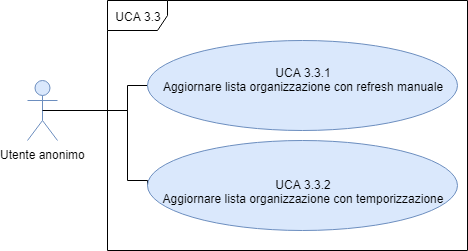
This is DocumentazioneEsterna/AnalisiRequisiti/sezioni/UseCase/Immagini/UCA3.3.png from qb-team/Stalker-Documentazione, a draw.io export, as it was before one commit. Source tidied: cells renumbered, new cells last; positions are measured from the earlier drawing's top-left corner, leaving out a move shared by most shapes.
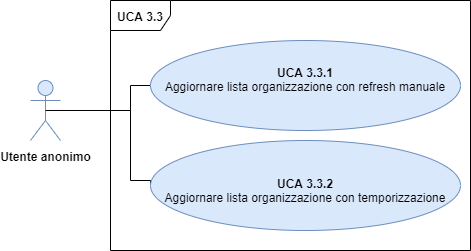
Later version of the same file.

Diff of the diagram source:
```diff
@@ -2,10 +2,10 @@
   <root>
     <mxCell id="0" />
     <mxCell id="1" parent="0" />
-    <mxCell id="2" value="UCA 3.3" style="shape=umlFrame;whiteSpace=wrap;html=1;fontSize=12;fontFamily=Helvetica;" parent="1" vertex="1">
+    <mxCell id="2" value="&lt;b&gt;UCA 3.3&lt;/b&gt;" style="shape=umlFrame;whiteSpace=wrap;html=1;fontSize=12;fontFamily=Helvetica;" parent="1" vertex="1">
       <mxGeometry x="80" width="360" height="250" as="geometry" />
     </mxCell>
-    <mxCell id="3" value="Utente anonimo" style="shape=umlActor;verticalLabelPosition=bottom;labelBackgroundColor=#ffffff;verticalAlign=top;html=1;outlineConnect=0;fillColor=#dae8fc;strokeColor=#6c8ebf;fontSize=12;fontFamily=Helvetica;" parent="1" vertex="1">
+    <mxCell id="3" value="&lt;b&gt;Utente anonimo&lt;/b&gt;" style="shape=umlActor;verticalLabelPosition=bottom;labelBackgroundColor=#ffffff;verticalAlign=top;html=1;outlineConnect=0;fillColor=#dae8fc;strokeColor=#6c8ebf;fontSize=12;fontFamily=Helvetica;" parent="1" vertex="1">
       <mxGeometry y="80" width="30" height="60" as="geometry" />
     </mxCell>
     <mxCell id="4" style="edgeStyle=orthogonalEdgeStyle;rounded=0;jettySize=auto;html=1;exitX=0;exitY=0.5;exitDx=0;exitDy=0;entryX=0.5;entryY=0.5;entryDx=0;entryDy=0;entryPerimeter=0;endArrow=none;endFill=0;fontSize=12;fontFamily=Helvetica;" parent="1" edge="1" source="5" target="3">
@@ -16,7 +16,7 @@
         </Array>
       </mxGeometry>
     </mxCell>
-    <mxCell id="5" value="&lt;div style=&quot;font-size: 12px&quot;&gt;&lt;font style=&quot;font-size: 12px&quot;&gt;&lt;span style=&quot;font-size: 12px&quot;&gt;UCA 3.3.1&lt;/span&gt;&lt;/font&gt;&lt;/div&gt;&lt;div style=&quot;font-size: 12px&quot;&gt;&lt;font style=&quot;font-size: 12px&quot;&gt;&lt;span style=&quot;font-size: 12px&quot;&gt;Aggiornare lista organizzazione &lt;/span&gt;&lt;span style=&quot;font-size: 12px&quot;&gt;con refresh manuale&lt;/span&gt;&lt;/font&gt;&lt;/div&gt;&lt;p class=&quot;MsoNormal&quot; style=&quot;font-size: 12px&quot;&gt;&lt;/p&gt;&lt;p class=&quot;MsoListParagraph&quot; style=&quot;text-indent: -18pt ; font-size: 12px&quot;&gt;&lt;/p&gt;" style="ellipse;whiteSpace=wrap;html=1;fillColor=#dae8fc;strokeColor=#6c8ebf;fontSize=12;fontFamily=Helvetica;" parent="1" vertex="1">
+    <mxCell id="5" value="&lt;div style=&quot;font-size: 12px&quot;&gt;&lt;font style=&quot;font-size: 12px&quot;&gt;&lt;span style=&quot;font-size: 12px&quot;&gt;&lt;b&gt;UCA 3.3.1&lt;/b&gt;&lt;/span&gt;&lt;/font&gt;&lt;/div&gt;&lt;div style=&quot;font-size: 12px&quot;&gt;&lt;font style=&quot;font-size: 12px&quot;&gt;&lt;span style=&quot;font-size: 12px&quot;&gt;Aggiornare lista organizzazione &lt;/span&gt;&lt;span style=&quot;font-size: 12px&quot;&gt;con refresh manuale&lt;/span&gt;&lt;/font&gt;&lt;/div&gt;&lt;p class=&quot;MsoNormal&quot; style=&quot;font-size: 12px&quot;&gt;&lt;/p&gt;&lt;p class=&quot;MsoListParagraph&quot; style=&quot;text-indent: -18pt ; font-size: 12px&quot;&gt;&lt;/p&gt;" style="ellipse;whiteSpace=wrap;html=1;fillColor=#dae8fc;strokeColor=#6c8ebf;fontSize=12;fontFamily=Helvetica;" parent="1" vertex="1">
       <mxGeometry x="120" y="40" width="310" height="90" as="geometry" />
     </mxCell>
     <mxCell id="6" style="edgeStyle=orthogonalEdgeStyle;rounded=0;jettySize=auto;html=1;exitX=0;exitY=0.5;exitDx=0;exitDy=0;endArrow=none;endFill=0;fontSize=12;fontFamily=Helvetica;" parent="1" edge="1" source="7">
@@ -28,7 +28,7 @@
         </Array>
       </mxGeometry>
     </mxCell>
-    <mxCell id="7" value="&lt;p class=&quot;MsoListParagraph&quot; style=&quot;text-indent: -18pt ; font-size: 12px&quot;&gt;&lt;/p&gt;&lt;font style=&quot;font-size: 12px&quot;&gt;&lt;span style=&quot;line-height: 107%; font-size: 12px;&quot;&gt;&lt;font style=&quot;font-size: 12px&quot;&gt;UCA 3.3.2&lt;br&gt;Aggiornare lista organizzazione&amp;nbsp;con temporizzazione&lt;/font&gt;&lt;/span&gt;&lt;span style=&quot;line-height: 107%; font-size: 12px;&quot;&gt;&lt;br style=&quot;font-size: 12px&quot;&gt;&lt;/span&gt;&lt;/font&gt;" style="ellipse;whiteSpace=wrap;html=1;fillColor=#dae8fc;strokeColor=#6c8ebf;fontSize=12;fontFamily=Helvetica;" parent="1" vertex="1">
+    <mxCell id="7" value="&lt;p class=&quot;MsoListParagraph&quot; style=&quot;text-indent: -18pt ; font-size: 12px&quot;&gt;&lt;/p&gt;&lt;font style=&quot;font-size: 12px&quot;&gt;&lt;span style=&quot;line-height: 107% ; font-size: 12px&quot;&gt;&lt;font style=&quot;font-size: 12px&quot;&gt;&lt;b&gt;UCA 3.3.2&lt;/b&gt;&lt;br&gt;Aggiornare lista organizzazione&amp;nbsp;con temporizzazione&lt;/font&gt;&lt;/span&gt;&lt;span style=&quot;line-height: 107% ; font-size: 12px&quot;&gt;&lt;br style=&quot;font-size: 12px&quot;&gt;&lt;/span&gt;&lt;/font&gt;" style="ellipse;whiteSpace=wrap;html=1;fillColor=#dae8fc;strokeColor=#6c8ebf;fontSize=12;fontFamily=Helvetica;" parent="1" vertex="1">
       <mxGeometry x="120" y="140" width="310" height="90" as="geometry" />
     </mxCell>
   </root>
```
